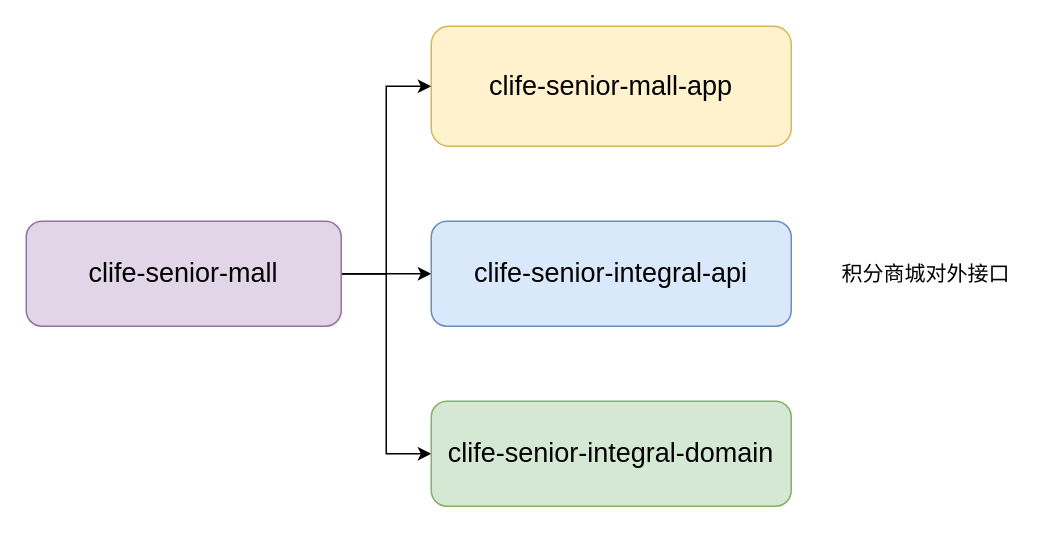
Earlier version of the draw.io diagram 工程模块设计.drawio (messi122/picture). Source tidied: cells renumbered, new cells numbered last; positions are measured from the earlier drawing's top-left corner, leaving out a move shared by most shapes. Both pictures are drawn from the tidied source at 150%, with x=0, y=0 at pixel (26, 26).
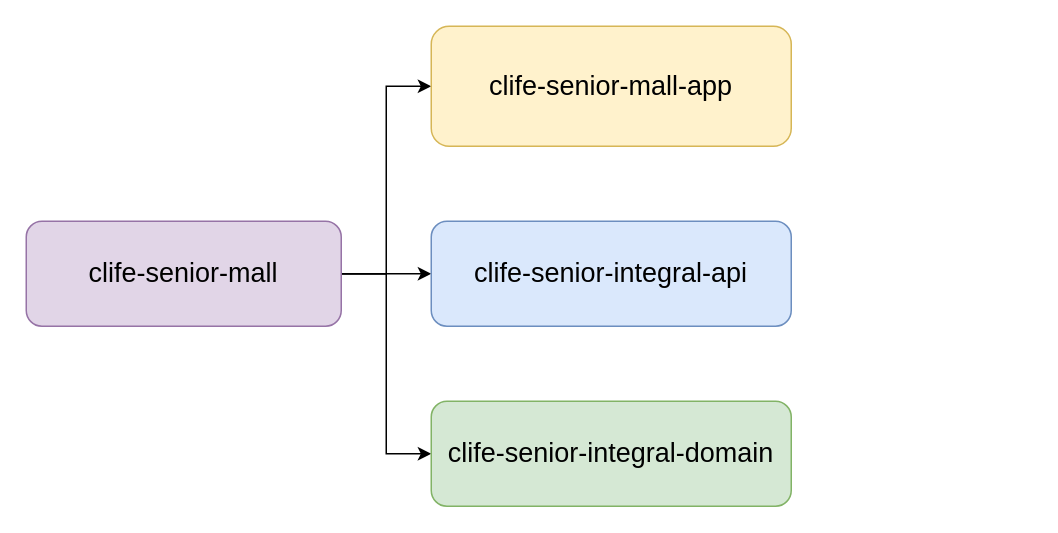
Above is the later version.

Commit message:
更新工程模块设计.drawio

What changed in the source:
```diff
@@
 <mxGraphModel>
   <root>
     <mxCell id="0" />
     <mxCell id="1" parent="0" />
     <mxCell id="2" style="edgeStyle=orthogonalEdgeStyle;rounded=0;jettySize=auto;html=1;exitX=1;exitY=0.5;exitDx=0;exitDy=0;entryX=0;entryY=0.5;entryDx=0;entryDy=0;" parent="1" edge="1" source="5" target="6">
       <mxGeometry relative="1" as="geometry" />
     </mxCell>
     <mxCell id="3" style="edgeStyle=orthogonalEdgeStyle;rounded=0;jettySize=auto;html=1;exitX=1;exitY=0.5;exitDx=0;exitDy=0;entryX=0;entryY=0.5;entryDx=0;entryDy=0;" parent="1" edge="1" source="5" target="8">
       <mxGeometry relative="1" as="geometry" />
     </mxCell>
     <mxCell id="4" style="edgeStyle=orthogonalEdgeStyle;rounded=0;jettySize=auto;html=1;exitX=1;exitY=0.5;exitDx=0;exitDy=0;entryX=0;entryY=0.5;entryDx=0;entryDy=0;" parent="1" edge="1" source="5" target="7">
       <mxGeometry relative="1" as="geometry" />
     </mxCell>
     <mxCell id="5" value="&lt;font style=&quot;font-size: 18px;&quot;&gt;clife-senior-mall&lt;/font&gt;" style="rounded=1;whiteSpace=wrap;html=1;fillColor=#e1d5e7;strokeColor=#9673a6;" parent="1" vertex="1">
       <mxGeometry y="130" width="210" height="70" as="geometry" />
     </mxCell>
     <mxCell id="6" value="&lt;font style=&quot;font-size: 18px;&quot;&gt;clife-senior-mall-app&lt;/font&gt;" style="rounded=1;whiteSpace=wrap;html=1;fillColor=#fff2cc;strokeColor=#d6b656;" parent="1" vertex="1">
       <mxGeometry x="270" width="240" height="80" as="geometry" />
     </mxCell>
     <mxCell id="7" value="&lt;font style=&quot;font-size: 18px;&quot;&gt;clife-senior-integral-api&lt;/font&gt;" style="rounded=1;whiteSpace=wrap;html=1;fillColor=#dae8fc;strokeColor=#6c8ebf;" parent="1" vertex="1">
       <mxGeometry x="270" y="130" width="240" height="70" as="geometry" />
     </mxCell>
     <mxCell id="8" value="&lt;font style=&quot;font-size: 18px;&quot;&gt;clife-senior-integral-domain&lt;/font&gt;" style="rounded=1;whiteSpace=wrap;html=1;fillColor=#d5e8d4;strokeColor=#82b366;" parent="1" vertex="1">
       <mxGeometry x="270" y="250" width="240" height="70" as="geometry" />
     </mxCell>
-    <mxCell id="9" value="&lt;font style=&quot;font-size: 14px;&quot;&gt;积分商城对外接口&lt;/font&gt;" style="text;html=1;align=center;verticalAlign=middle;whiteSpace=wrap;rounded=0;" parent="1" vertex="1">
-      <mxGeometry x="530" y="145" width="140" height="40" as="geometry" />
-    </mxCell>
   </root>
 </mxGraphModel>
```
